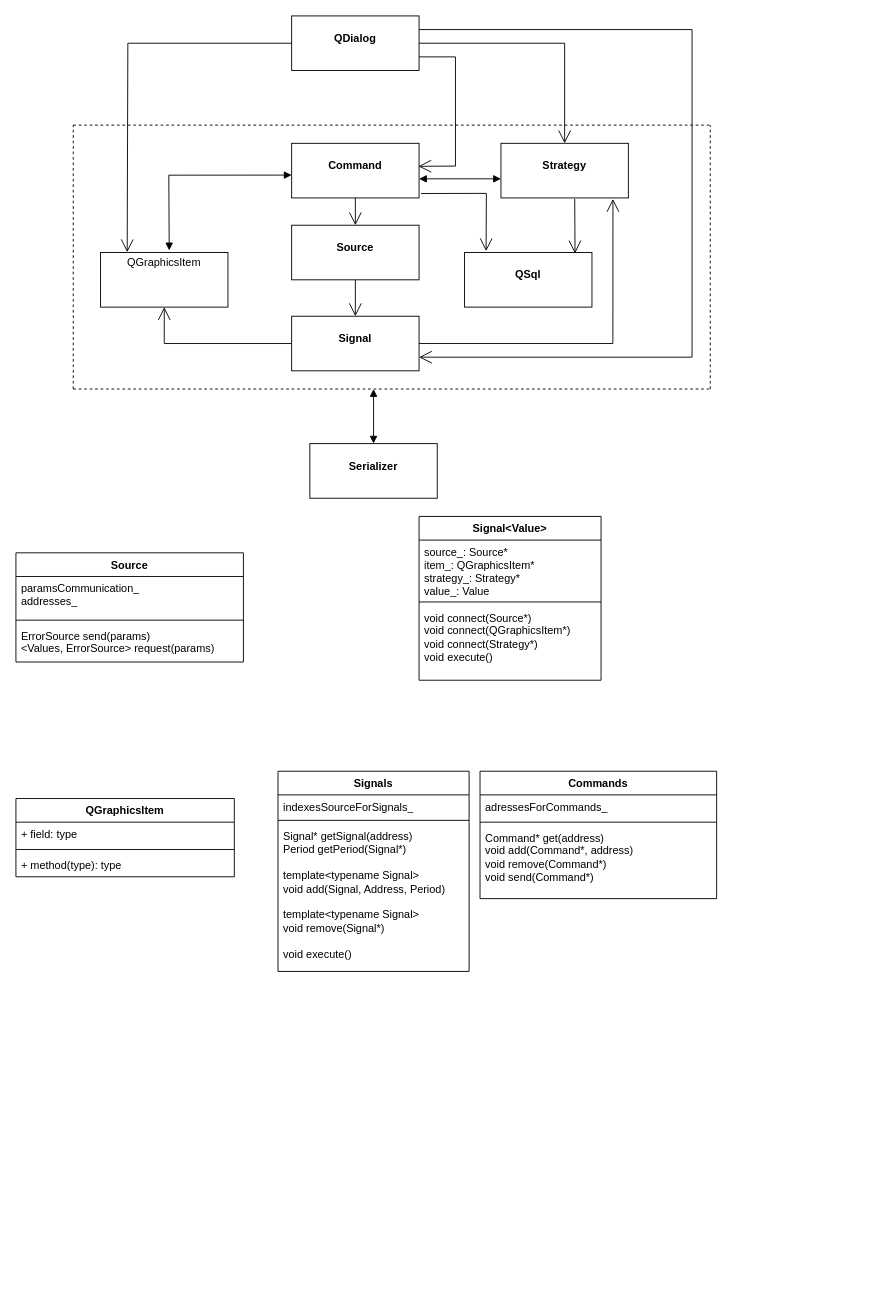
Above: Total structure.drawio in AleksandrMuratov/ScadaMAS (draw.io), before the change. Source tidied: cells renumbered, new cells numbered last; positions are measured from the earlier drawing's top-left corner, leaving out a move shared by most shapes. Both pictures are drawn from the tidied source at 91%, with x=0, y=0 at pixel (15, 15).
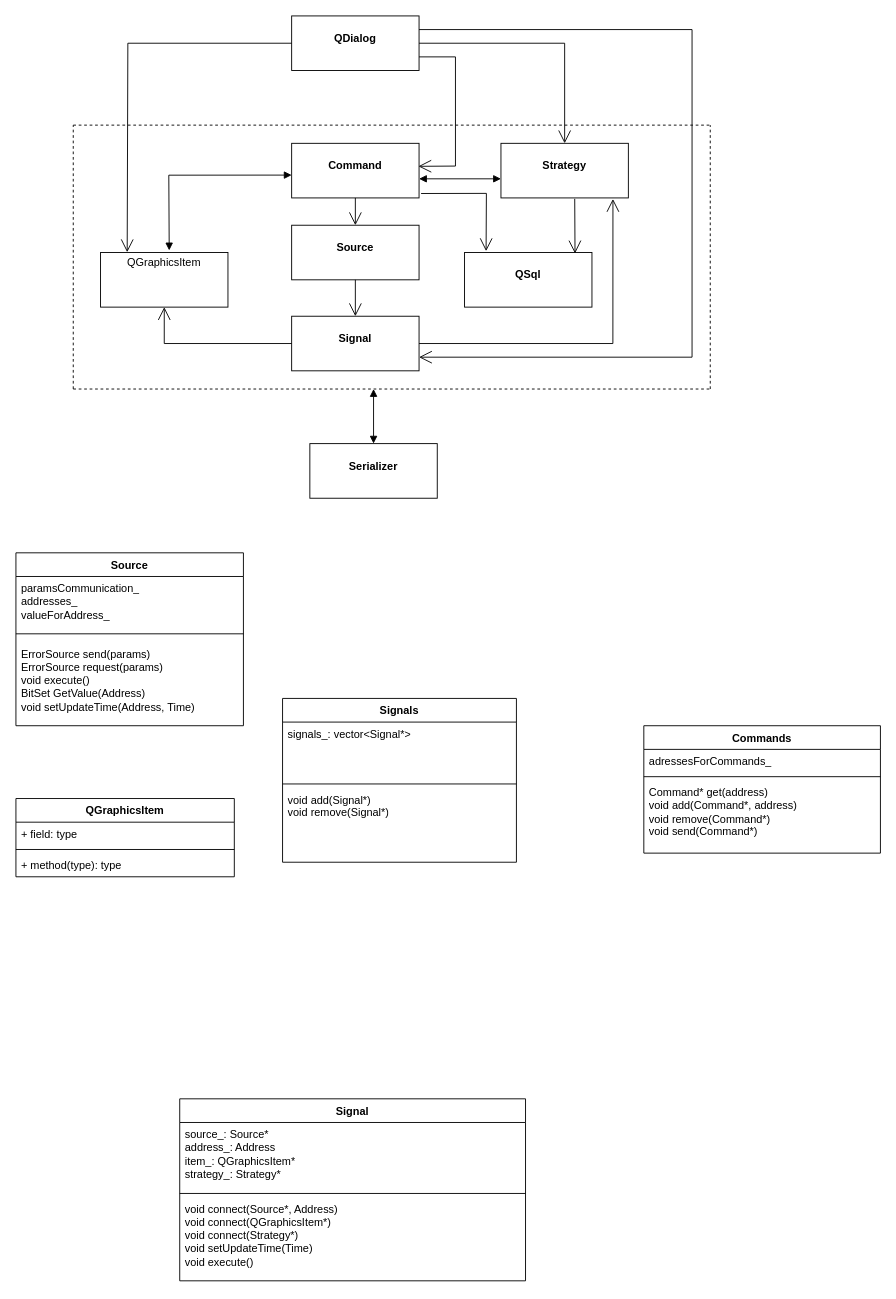
The same page after the edit.

Diff of the diagram source:
```diff
@@
     <mxCell id="27" value="Source" style="swimlane;fontStyle=1;align=center;verticalAlign=top;horizontal=1;startSize=26;whiteSpace=wrap;html=1;" parent="1" vertex="1">
-      <mxGeometry y="590" width="250" height="120" as="geometry" />
+      <mxGeometry y="590" width="250" height="190" as="geometry" />
     </mxCell>
-    <mxCell id="28" value="paramsCommunication_&lt;div&gt;addresses_&lt;/div&gt;" style="text;strokeColor=none;fillColor=none;align=left;verticalAlign=top;spacingLeft=4;spacingRight=4;overflow=hidden;whiteSpace=wrap;html=1;" parent="27" vertex="1">
-      <mxGeometry y="26" width="250" height="44" as="geometry" />
+    <mxCell id="28" value="paramsCommunication_&lt;div&gt;addresses_&lt;/div&gt;&lt;div&gt;valueForAddress_&lt;/div&gt;" style="text;strokeColor=none;fillColor=none;align=left;verticalAlign=top;spacingLeft=4;spacingRight=4;overflow=hidden;whiteSpace=wrap;html=1;" parent="27" vertex="1">
+      <mxGeometry y="26" width="250" height="54" as="geometry" />
     </mxCell>
     <mxCell id="29" style="line;strokeWidth=1;fillColor=none;align=left;verticalAlign=middle;spacingTop=-1;spacingLeft=3;spacingRight=3;labelPosition=right;strokeColor=inherit;" parent="27" vertex="1">
-      <mxGeometry y="70" width="250" height="8" as="geometry" />
+      <mxGeometry y="80" width="250" height="18" as="geometry" />
     </mxCell>
-    <mxCell id="30" value="ErrorSource send(params)&lt;div&gt;&amp;lt;Values, ErrorSource&amp;gt; request(params)&lt;/div&gt;" style="text;strokeColor=none;fillColor=none;align=left;verticalAlign=top;spacingLeft=4;spacingRight=4;overflow=hidden;whiteSpace=wrap;html=1;" parent="27" vertex="1">
-      <mxGeometry y="78" width="250" height="42" as="geometry" />
+    <mxCell id="30" value="ErrorSource send(params)&lt;div&gt;ErrorSource request(params)&lt;/div&gt;&lt;div&gt;void execute()&lt;/div&gt;&lt;div&gt;BitSet GetValue(Address)&lt;/div&gt;&lt;div&gt;void setUpdateTime(Address, Time)&lt;/div&gt;" style="text;strokeColor=none;fillColor=none;align=left;verticalAlign=top;spacingLeft=4;spacingRight=4;overflow=hidden;whiteSpace=wrap;html=1;" parent="27" vertex="1">
+      <mxGeometry y="98" width="250" height="92" as="geometry" />
     </mxCell>
-    <mxCell id="31" value="Signal&amp;lt;Value&amp;gt;" style="swimlane;fontStyle=1;align=center;verticalAlign=top;horizontal=1;startSize=26;whiteSpace=wrap;html=1;" parent="1" vertex="1">
-      <mxGeometry x="443" y="550" width="200" height="180" as="geometry" />
-    </mxCell>
-    <mxCell id="32" value="source_: Source*&lt;div&gt;item_: QGraphicsItem*&lt;/div&gt;&lt;div&gt;strategy_: Strategy*&lt;/div&gt;&lt;div&gt;value_: Value&lt;/div&gt;" style="text;strokeColor=none;fillColor=none;align=left;verticalAlign=top;spacingLeft=4;spacingRight=4;overflow=hidden;whiteSpace=wrap;html=1;" parent="31" vertex="1">
-      <mxGeometry y="26" width="200" height="64" as="geometry" />
-    </mxCell>
-    <mxCell id="33" style="line;strokeWidth=1;fillColor=none;align=left;verticalAlign=middle;spacingTop=-1;spacingLeft=3;spacingRight=3;labelPosition=right;strokeColor=inherit;" parent="31" vertex="1">
-      <mxGeometry y="90" width="200" height="8" as="geometry" />
-    </mxCell>
-    <mxCell id="34" value="&lt;div&gt;void connect(Source*)&lt;/div&gt;&lt;div&gt;void connect(QGraphicsItem*)&lt;/div&gt;&lt;div&gt;void connect(Strategy*)&lt;/div&gt;&lt;div&gt;void execute()&lt;/div&gt;" style="text;strokeColor=none;fillColor=none;align=left;verticalAlign=top;spacingLeft=4;spacingRight=4;overflow=hidden;whiteSpace=wrap;html=1;" parent="31" vertex="1">
-      <mxGeometry y="98" width="200" height="82" as="geometry" />
-    </mxCell>
@@
-    <mxCell id="39" value="Signals" style="swimlane;fontStyle=1;align=center;verticalAlign=top;horizontal=1;startSize=26;whiteSpace=wrap;html=1;" parent="1" vertex="1">
-      <mxGeometry x="288" y="830" width="210" height="220" as="geometry" />
-    </mxCell>
-    <mxCell id="40" value="indexesSourceForSignals_" style="text;strokeColor=none;fillColor=none;align=left;verticalAlign=top;spacingLeft=4;spacingRight=4;overflow=hidden;whiteSpace=wrap;html=1;" parent="39" vertex="1">
-      <mxGeometry y="26" width="210" height="24" as="geometry" />
-    </mxCell>
-    <mxCell id="41" style="line;strokeWidth=1;fillColor=none;align=left;verticalAlign=middle;spacingTop=-1;spacingLeft=3;spacingRight=3;labelPosition=right;strokeColor=inherit;" parent="39" vertex="1">
-      <mxGeometry y="50" width="210" height="8" as="geometry" />
-    </mxCell>
-    <mxCell id="42" value="Signal* getSignal(address)&lt;div&gt;Period getPeriod(Signal*)&lt;/div&gt;&lt;div&gt;&lt;br&gt;&lt;/div&gt;&lt;div&gt;template&amp;lt;typename Signal&amp;gt;&lt;br&gt;&lt;div&gt;&lt;div&gt;void add(Signal, Address, Period)&lt;/div&gt;&lt;div&gt;&lt;br&gt;&lt;/div&gt;&lt;div&gt;template&amp;lt;typename Signal&amp;gt;&lt;/div&gt;&lt;div&gt;void remove(Signal*)&lt;/div&gt;&lt;div&gt;&lt;br&gt;&lt;/div&gt;&lt;div&gt;void execute()&lt;/div&gt;&lt;/div&gt;&lt;/div&gt;" style="text;strokeColor=none;fillColor=none;align=left;verticalAlign=top;spacingLeft=4;spacingRight=4;overflow=hidden;whiteSpace=wrap;html=1;" parent="39" vertex="1">
-      <mxGeometry y="58" width="210" height="162" as="geometry" />
-    </mxCell>
     <mxCell id="43" value="Commands" style="swimlane;fontStyle=1;align=center;verticalAlign=top;horizontal=1;startSize=26;whiteSpace=wrap;html=1;" parent="1" vertex="1">
-      <mxGeometry x="510" y="830" width="260" height="140" as="geometry" />
+      <mxGeometry x="690" y="780" width="260" height="140" as="geometry" />
     </mxCell>
@@
+    <mxCell id="47" value="Signal" style="swimlane;fontStyle=1;align=center;verticalAlign=top;horizontal=1;startSize=26;whiteSpace=wrap;html=1;" parent="1" vertex="1">
+      <mxGeometry x="180" y="1190" width="380" height="200" as="geometry" />
+    </mxCell>
+    <mxCell id="48" value="source_: Source*&lt;div&gt;address_: Address&lt;/div&gt;&lt;div&gt;item_: QGraphicsItem*&lt;/div&gt;&lt;div&gt;strategy_: Strategy*&lt;/div&gt;" style="text;strokeColor=none;fillColor=none;align=left;verticalAlign=top;spacingLeft=4;spacingRight=4;overflow=hidden;whiteSpace=wrap;html=1;" parent="47" vertex="1">
+      <mxGeometry y="26" width="380" height="74" as="geometry" />
+    </mxCell>
+    <mxCell id="49" style="line;strokeWidth=1;fillColor=none;align=left;verticalAlign=middle;spacingTop=-1;spacingLeft=3;spacingRight=3;labelPosition=right;strokeColor=inherit;" parent="47" vertex="1">
+      <mxGeometry y="100" width="380" height="8" as="geometry" />
+    </mxCell>
+    <mxCell id="50" value="void connect(Source*, Address)&lt;div&gt;void connect(QGraphicsItem*)&lt;/div&gt;&lt;div&gt;void connect(Strategy*)&lt;/div&gt;&lt;div&gt;void setUpdateTime(Time)&lt;/div&gt;&lt;div&gt;void execute()&lt;/div&gt;" style="text;strokeColor=none;fillColor=none;align=left;verticalAlign=top;spacingLeft=4;spacingRight=4;overflow=hidden;whiteSpace=wrap;html=1;" parent="47" vertex="1">
+      <mxGeometry y="108" width="380" height="92" as="geometry" />
+    </mxCell>
+    <mxCell id="39" value="Signals" style="swimlane;fontStyle=1;align=center;verticalAlign=top;horizontal=1;startSize=26;whiteSpace=wrap;html=1;" parent="1" vertex="1">
+      <mxGeometry x="293" y="750" width="257" height="180" as="geometry" />
+    </mxCell>
+    <mxCell id="51" value="signals_: vector&amp;lt;Signal*&amp;gt;" style="text;strokeColor=none;fillColor=none;align=left;verticalAlign=top;spacingLeft=4;spacingRight=4;overflow=hidden;whiteSpace=wrap;html=1;" parent="39" vertex="1">
+      <mxGeometry y="26" width="257" height="64" as="geometry" />
+    </mxCell>
+    <mxCell id="52" style="line;strokeWidth=1;fillColor=none;align=left;verticalAlign=middle;spacingTop=-1;spacingLeft=3;spacingRight=3;labelPosition=right;strokeColor=inherit;" parent="39" vertex="1">
+      <mxGeometry y="90" width="257" height="8" as="geometry" />
+    </mxCell>
+    <mxCell id="53" value="void add(Signal*)&lt;div&gt;void remove(Signal*)&lt;/div&gt;&lt;div&gt;&lt;br&gt;&lt;/div&gt;" style="text;strokeColor=none;fillColor=none;align=left;verticalAlign=top;spacingLeft=4;spacingRight=4;overflow=hidden;whiteSpace=wrap;html=1;" parent="39" vertex="1">
+      <mxGeometry y="98" width="257" height="82" as="geometry" />
+    </mxCell>
```
